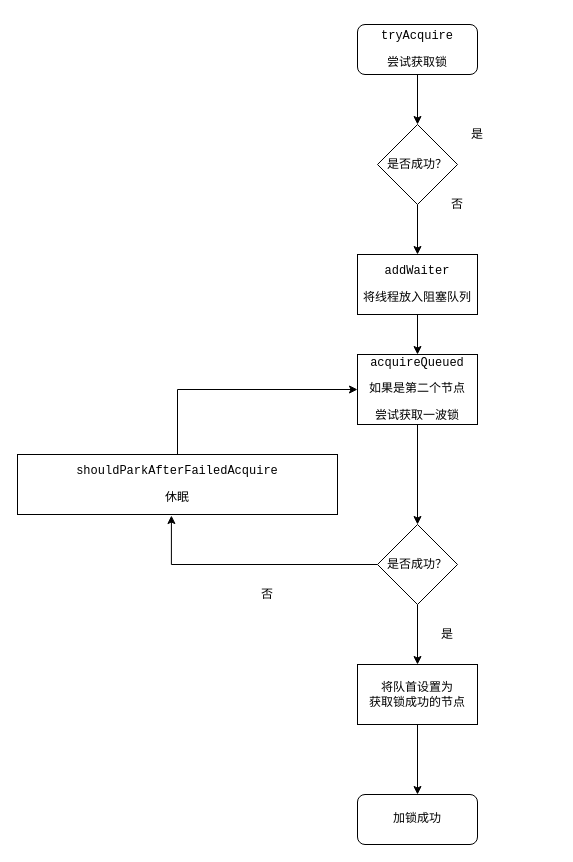
Earlier version of the draw.io diagram concurrent/不响应中断的独占锁执行流程.drawio (erlieStar/diagrams). Source tidied: cells renumbered, new cells numbered last; positions are measured from the earlier drawing's top-left corner, leaving out a move shared by most shapes. Both pictures are drawn from the tidied source at 100%, with x=0, y=0 at pixel (17, 24).
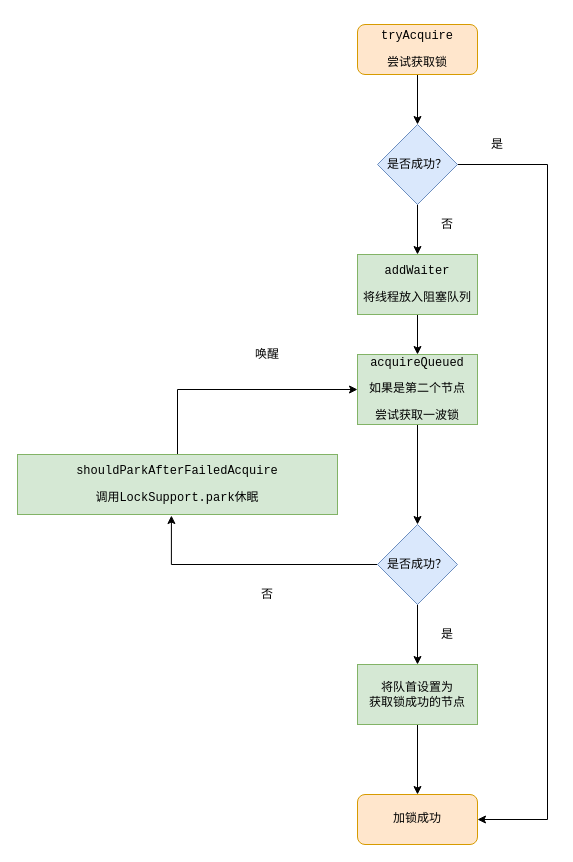
The same page after the edit.

Commit message (it also covers changes not shown here):
Update 不响应中断的独占锁执行流程.drawio

Change to the diagram source:
```diff
@@
-    <mxCell id="3" value="&lt;pre&gt;tryAcquire&lt;/pre&gt;&lt;pre&gt;尝试获取锁&lt;/pre&gt;" style="rounded=1;whiteSpace=wrap;html=1;" parent="1" vertex="1">
+    <mxCell id="3" value="&lt;pre&gt;tryAcquire&lt;/pre&gt;&lt;pre&gt;尝试获取锁&lt;/pre&gt;" style="rounded=1;whiteSpace=wrap;html=1;fillColor=#ffe6cc;strokeColor=#d79b00;" parent="1" vertex="1">
       <mxGeometry x="340" width="120" height="50" as="geometry" />
     </mxCell>
@@
+    <mxCell id="22" style="edgeStyle=orthogonalEdgeStyle;rounded=0;jettySize=auto;html=1;exitX=1;exitY=0.5;exitDx=0;exitDy=0;entryX=1;entryY=0.5;entryDx=0;entryDy=0;" parent="1" edge="1" source="5" target="15">
+      <mxGeometry relative="1" as="geometry">
+        <Array as="points">
+          <mxPoint x="530" y="140" />
+          <mxPoint x="530" y="795" />
+        </Array>
+      </mxGeometry>
+    </mxCell>
-    <mxCell id="5" value="是否成功？" style="rhombus;whiteSpace=wrap;html=1;" parent="1" vertex="1">
+    <mxCell id="5" value="是否成功？" style="rhombus;whiteSpace=wrap;html=1;fillColor=#dae8fc;strokeColor=#6c8ebf;" parent="1" vertex="1">
       <mxGeometry x="360" y="100" width="80" height="80" as="geometry" />
     </mxCell>
@@
-    <mxCell id="7" value="&lt;pre&gt;addWaiter&lt;/pre&gt;&lt;pre&gt;将线程放入阻塞队列&lt;/pre&gt;" style="rounded=0;whiteSpace=wrap;html=1;" parent="1" vertex="1">
+    <mxCell id="7" value="&lt;pre&gt;addWaiter&lt;/pre&gt;&lt;pre&gt;将线程放入阻塞队列&lt;/pre&gt;" style="rounded=0;whiteSpace=wrap;html=1;fillColor=#d5e8d4;strokeColor=#82b366;" parent="1" vertex="1">
       <mxGeometry x="340" y="230" width="120" height="60" as="geometry" />
     </mxCell>
@@
-    <mxCell id="9" value="&lt;pre&gt;acquireQueued&lt;/pre&gt;&lt;pre&gt;如果是第二个节点&lt;/pre&gt;&lt;pre&gt;尝试获取一波锁&lt;/pre&gt;" style="rounded=0;whiteSpace=wrap;html=1;" parent="1" vertex="1">
+    <mxCell id="9" value="&lt;pre&gt;acquireQueued&lt;/pre&gt;&lt;pre&gt;如果是第二个节点&lt;/pre&gt;&lt;pre&gt;尝试获取一波锁&lt;/pre&gt;" style="rounded=0;whiteSpace=wrap;html=1;fillColor=#d5e8d4;strokeColor=#82b366;" parent="1" vertex="1">
       <mxGeometry x="340" y="330" width="120" height="70" as="geometry" />
     </mxCell>
@@
-    <mxCell id="12" value="是否成功？" style="rhombus;whiteSpace=wrap;html=1;" parent="1" vertex="1">
+    <mxCell id="12" value="是否成功？" style="rhombus;whiteSpace=wrap;html=1;fillColor=#dae8fc;strokeColor=#6c8ebf;" parent="1" vertex="1">
       <mxGeometry x="360" y="500" width="80" height="80" as="geometry" />
     </mxCell>
@@
-    <mxCell id="14" value="将队首设置为&lt;br&gt;获取锁成功的节点" style="rounded=0;whiteSpace=wrap;html=1;" parent="1" vertex="1">
+    <mxCell id="14" value="将队首设置为&lt;br&gt;获取锁成功的节点" style="rounded=0;whiteSpace=wrap;html=1;fillColor=#d5e8d4;strokeColor=#82b366;" parent="1" vertex="1">
       <mxGeometry x="340" y="640" width="120" height="60" as="geometry" />
     </mxCell>
-    <mxCell id="15" value="&lt;pre&gt;加锁成功&lt;/pre&gt;" style="rounded=1;whiteSpace=wrap;html=1;" parent="1" vertex="1">
+    <mxCell id="15" value="&lt;pre&gt;加锁成功&lt;/pre&gt;" style="rounded=1;whiteSpace=wrap;html=1;fillColor=#ffe6cc;strokeColor=#d79b00;" parent="1" vertex="1">
       <mxGeometry x="340" y="770" width="120" height="50" as="geometry" />
     </mxCell>
     <mxCell id="16" value="是" style="text;html=1;strokeColor=none;fillColor=none;align=center;verticalAlign=middle;whiteSpace=wrap;rounded=0;" parent="1" vertex="1">
-      <mxGeometry x="440" y="100" width="40" height="20" as="geometry" />
+      <mxGeometry x="460" y="110" width="40" height="20" as="geometry" />
     </mxCell>
     <mxCell id="17" value="否" style="text;html=1;strokeColor=none;fillColor=none;align=center;verticalAlign=middle;whiteSpace=wrap;rounded=0;" parent="1" vertex="1">
-      <mxGeometry x="420" y="170" width="40" height="20" as="geometry" />
+      <mxGeometry x="410" y="190" width="40" height="20" as="geometry" />
     </mxCell>
@@
-    <mxCell id="20" value="&lt;pre&gt;shouldParkAfterFailedAcquire&lt;/pre&gt;&lt;pre&gt;休眠&lt;/pre&gt;" style="rounded=0;whiteSpace=wrap;html=1;" parent="1" vertex="1">
+    <mxCell id="20" value="&lt;pre&gt;shouldParkAfterFailedAcquire&lt;/pre&gt;&lt;pre&gt;调用LockSupport.park休眠&lt;/pre&gt;" style="rounded=0;whiteSpace=wrap;html=1;fillColor=#d5e8d4;strokeColor=#82b366;" parent="1" vertex="1">
       <mxGeometry y="430" width="320" height="60" as="geometry" />
     </mxCell>
@@
+    <mxCell id="23" value="唤醒" style="text;html=1;strokeColor=none;fillColor=none;align=center;verticalAlign=middle;whiteSpace=wrap;rounded=0;" parent="1" vertex="1">
+      <mxGeometry x="230" y="320" width="40" height="20" as="geometry" />
+    </mxCell>
```
